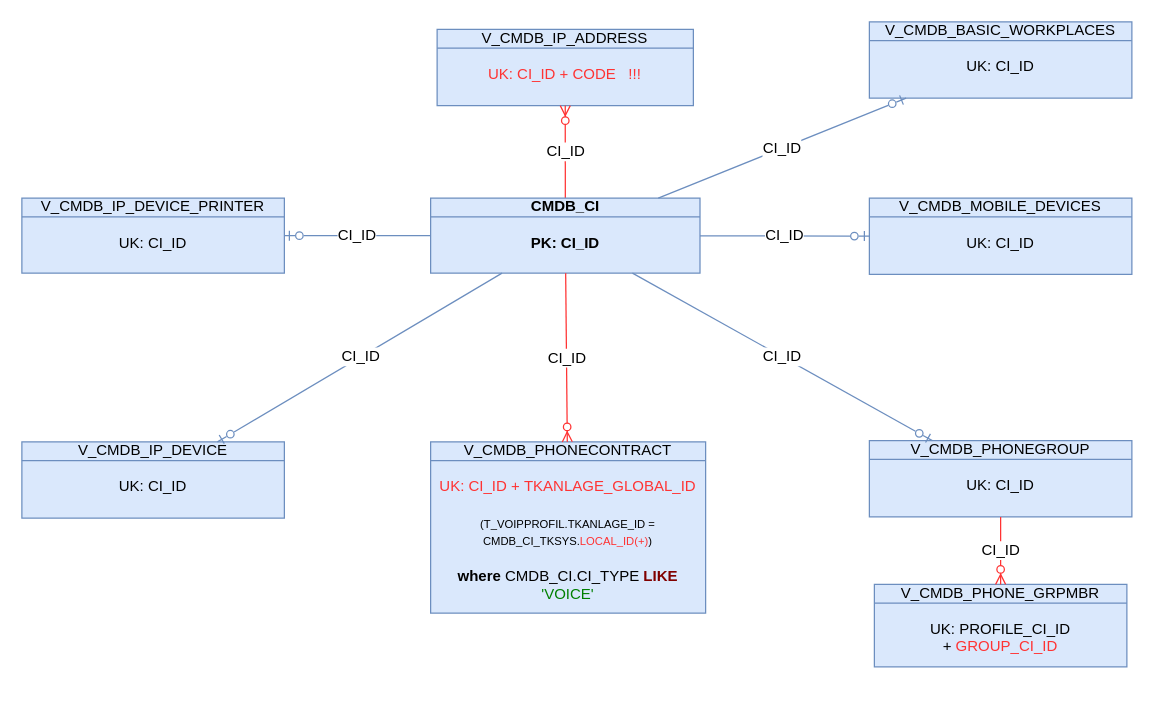
Earlier version of the draw.io diagram page "SourceStar" (3 of 20) of DBsErdV2.drawio (algimas/tmp). Source tidied: cells renumbered, new cells numbered last; positions are measured from the earlier drawing's top-left corner, leaving out a move shared by most shapes. Both pictures are drawn from the tidied source at 125%, with x=0, y=0 at pixel (21, 21).
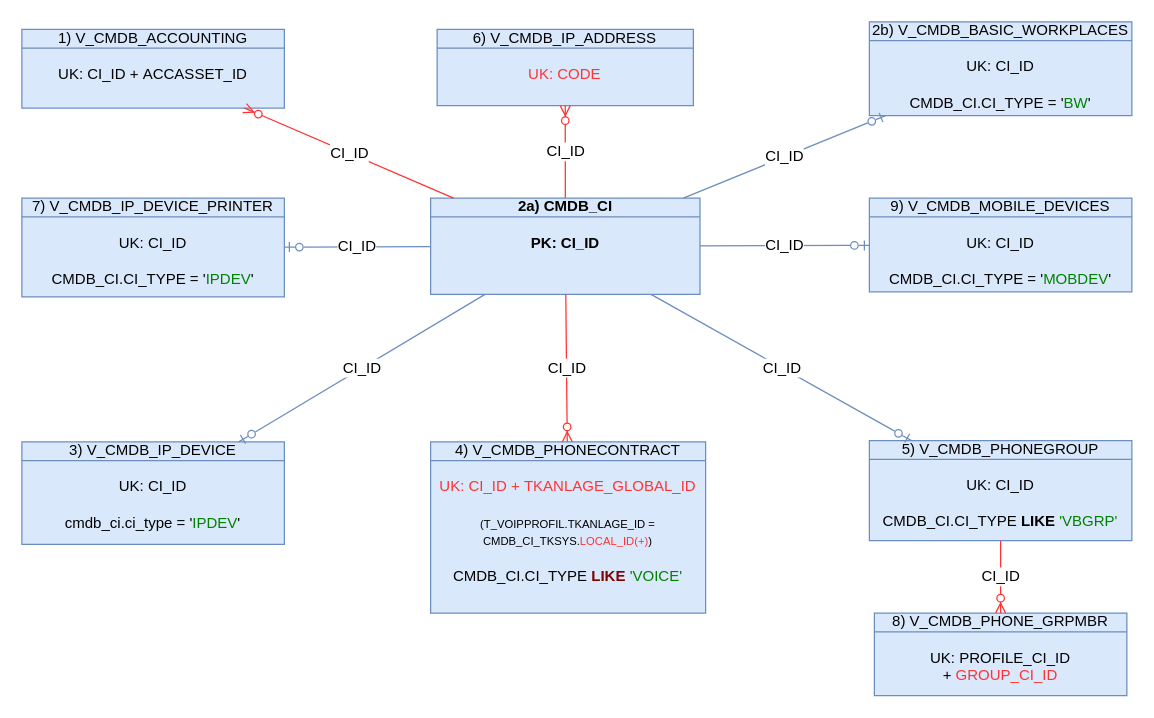
The same diagram, later.

Diff of the diagram source:
```diff
@@
-    <mxCell id="2" value="V_CMDB_IP_ADDRESS&lt;br&gt;&lt;br&gt;&lt;font color=&quot;#ff3333&quot;&gt;UK: CI_ID + CODE&amp;nbsp; &amp;nbsp;!!!&lt;/font&gt;" style="html=1;outlineConnect=0;whiteSpace=wrap;fillColor=#dae8fc;shape=mxgraph.archimate3.businessObject;overflow=fill;strokeColor=#6c8ebf;" parent="1" vertex="1">
+    <mxCell id="2" value="6) V_CMDB_IP_ADDRESS&lt;br&gt;&lt;br&gt;&lt;font color=&quot;#ff3333&quot;&gt;UK: CODE&lt;/font&gt;" style="html=1;outlineConnect=0;whiteSpace=wrap;fillColor=#dae8fc;shape=mxgraph.archimate3.businessObject;overflow=fill;strokeColor=#6c8ebf;" parent="1" vertex="1">
       <mxGeometry x="332.2" y="6" width="205" height="61" as="geometry" />
     </mxCell>
@@
-    <mxCell id="4" value="CMDB_CI&lt;br&gt;&lt;br&gt;PK: CI_ID" style="html=1;outlineConnect=0;whiteSpace=wrap;fillColor=#dae8fc;shape=mxgraph.archimate3.businessObject;overflow=fill;strokeColor=#6c8ebf;fontStyle=1;" parent="1" vertex="1">
-      <mxGeometry x="327" y="141" width="215.5" height="60" as="geometry" />
+    <mxCell id="4" value="2a) CMDB_CI&lt;br&gt;&lt;br&gt;PK: CI_ID" style="html=1;outlineConnect=0;whiteSpace=wrap;fillColor=#dae8fc;shape=mxgraph.archimate3.businessObject;overflow=fill;strokeColor=#6c8ebf;fontStyle=1;" parent="1" vertex="1">
+      <mxGeometry x="327" y="141" width="215.5" height="77" as="geometry" />
     </mxCell>
-    <mxCell id="5" value="V_CMDB_IP_DEVICE_PRINTER&lt;br&gt;&lt;br&gt;UK: CI_ID" style="html=1;outlineConnect=0;whiteSpace=wrap;fillColor=#dae8fc;shape=mxgraph.archimate3.businessObject;overflow=fill;strokeColor=#6c8ebf;" parent="1" vertex="1">
-      <mxGeometry y="141" width="210" height="60" as="geometry" />
+    <mxCell id="5" value="7) V_CMDB_IP_DEVICE_PRINTER&lt;br&gt;&lt;br&gt;UK: CI_ID&lt;br&gt;&lt;br&gt;CMDB_CI.CI_TYPE = '&lt;font color=&quot;#008000&quot;&gt;IPDEV&lt;/font&gt;'" style="html=1;outlineConnect=0;whiteSpace=wrap;fillColor=#dae8fc;shape=mxgraph.archimate3.businessObject;overflow=fill;strokeColor=#6c8ebf;" parent="1" vertex="1">
+      <mxGeometry y="141" width="210" height="79" as="geometry" />
     </mxCell>
@@
-    <mxCell id="7" value="V_CMDB_IP_DEVICE&lt;br&gt;&lt;br&gt;UK: CI_ID" style="html=1;outlineConnect=0;whiteSpace=wrap;fillColor=#dae8fc;shape=mxgraph.archimate3.businessObject;overflow=fill;strokeColor=#6c8ebf;" parent="1" vertex="1">
-      <mxGeometry y="336" width="210" height="61" as="geometry" />
+    <mxCell id="7" value="3) V_CMDB_IP_DEVICE&lt;br&gt;&lt;br&gt;UK: CI_ID&lt;br&gt;&lt;br&gt;cmdb_ci.ci_type = '&lt;font color=&quot;#008000&quot;&gt;IPDEV&lt;/font&gt;'" style="html=1;outlineConnect=0;whiteSpace=wrap;fillColor=#dae8fc;shape=mxgraph.archimate3.businessObject;overflow=fill;strokeColor=#6c8ebf;" parent="1" vertex="1">
+      <mxGeometry y="336" width="210" height="82" as="geometry" />
     </mxCell>
@@
-    <mxCell id="9" value="V_CMDB_PHONECONTRACT&lt;br&gt;&lt;br&gt;&lt;font color=&quot;#ff3333&quot;&gt;UK: CI_ID +&amp;nbsp;TKANLAGE_GLOBAL_ID&lt;br&gt;&lt;br&gt;&lt;/font&gt;&lt;font style=&quot;font-size: 9px;&quot;&gt;(T_VOIPPROFIL.TKANLAGE_ID = CMDB_CI_TKSYS.&lt;font style=&quot;font-size: 9px;&quot; color=&quot;#ff3333&quot;&gt;LOCAL_ID(+)&lt;/font&gt;)&lt;br&gt;&lt;/font&gt;&lt;br&gt;&lt;b&gt;where&lt;/b&gt; CMDB_CI.CI_TYPE &lt;span style=&quot;color: rgb(128, 0, 0);&quot; class=&quot;s1&quot;&gt;&lt;b&gt;LIKE&lt;/b&gt;&lt;/span&gt; &lt;span style=&quot;color: rgb(0, 128, 0);&quot; class=&quot;s2&quot;&gt;'VOICE'&lt;/span&gt;" style="html=1;outlineConnect=0;whiteSpace=wrap;fillColor=#dae8fc;shape=mxgraph.archimate3.businessObject;overflow=fill;strokeColor=#6c8ebf;" parent="1" vertex="1">
+    <mxCell id="9" value="4) V_CMDB_PHONECONTRACT&lt;br&gt;&lt;br&gt;&lt;font color=&quot;#ff3333&quot;&gt;UK: CI_ID +&amp;nbsp;TKANLAGE_GLOBAL_ID&lt;br&gt;&lt;br&gt;&lt;/font&gt;&lt;font style=&quot;font-size: 9px;&quot;&gt;(T_VOIPPROFIL.TKANLAGE_ID = CMDB_CI_TKSYS.&lt;font style=&quot;font-size: 9px;&quot; color=&quot;#ff3333&quot;&gt;LOCAL_ID(+)&lt;/font&gt;)&lt;br&gt;&lt;/font&gt;&lt;br&gt;CMDB_CI.CI_TYPE &lt;span style=&quot;color: rgb(128, 0, 0);&quot; class=&quot;s1&quot;&gt;&lt;b&gt;LIKE&lt;/b&gt;&lt;/span&gt; &lt;span style=&quot;color: rgb(0, 128, 0);&quot; class=&quot;s2&quot;&gt;'VOICE'&lt;/span&gt;" style="html=1;outlineConnect=0;whiteSpace=wrap;fillColor=#dae8fc;shape=mxgraph.archimate3.businessObject;overflow=fill;strokeColor=#6c8ebf;" parent="1" vertex="1">
       <mxGeometry x="327" y="336" width="220" height="137" as="geometry" />
     </mxCell>
-    <mxCell id="10" value="V_CMDB_PHONEGROUP&lt;br&gt;&lt;br&gt;UK: CI_ID" style="html=1;outlineConnect=0;whiteSpace=wrap;fillColor=#dae8fc;shape=mxgraph.archimate3.businessObject;overflow=fill;strokeColor=#6c8ebf;" parent="1" vertex="1">
-      <mxGeometry x="678" y="335" width="210" height="61" as="geometry" />
+    <mxCell id="10" value="5) V_CMDB_PHONEGROUP&lt;br&gt;&lt;br&gt;UK: CI_ID&lt;br&gt;&lt;br&gt;CMDB_CI.CI_TYPE &lt;b&gt;LIKE&lt;/b&gt; &lt;span style=&quot;color: rgb(0, 128, 0);&quot; class=&quot;s2&quot;&gt;'VBGRP'&lt;/span&gt;" style="html=1;outlineConnect=0;whiteSpace=wrap;fillColor=#dae8fc;shape=mxgraph.archimate3.businessObject;overflow=fill;strokeColor=#6c8ebf;" parent="1" vertex="1">
+      <mxGeometry x="678" y="335" width="210" height="80" as="geometry" />
     </mxCell>
@@
-    <mxCell id="12" value="V_CMDB_PHONE_GRPMBR&lt;br&gt;&lt;br&gt;UK:&amp;nbsp;PROFILE_CI_ID +&amp;nbsp;&lt;font color=&quot;#ff3333&quot;&gt;GROUP_CI_ID&lt;/font&gt;" style="html=1;outlineConnect=0;whiteSpace=wrap;fillColor=#dae8fc;shape=mxgraph.archimate3.businessObject;overflow=fill;strokeColor=#6c8ebf;" parent="1" vertex="1">
-      <mxGeometry x="682" y="450" width="202" height="66" as="geometry" />
+    <mxCell id="12" value="8) V_CMDB_PHONE_GRPMBR&lt;br&gt;&lt;br&gt;UK:&amp;nbsp;PROFILE_CI_ID +&amp;nbsp;&lt;font color=&quot;#ff3333&quot;&gt;GROUP_CI_ID&lt;/font&gt;" style="html=1;outlineConnect=0;whiteSpace=wrap;fillColor=#dae8fc;shape=mxgraph.archimate3.businessObject;overflow=fill;strokeColor=#6c8ebf;" parent="1" vertex="1">
+      <mxGeometry x="682" y="473" width="202" height="66" as="geometry" />
     </mxCell>
-    <mxCell id="13" value="V_CMDB_MOBILE_DEVICES&lt;br&gt;&lt;br&gt;UK: CI_ID" style="html=1;outlineConnect=0;whiteSpace=wrap;fillColor=#dae8fc;shape=mxgraph.archimate3.businessObject;overflow=fill;strokeColor=#6c8ebf;" parent="1" vertex="1">
-      <mxGeometry x="678" y="141" width="210" height="61" as="geometry" />
+    <mxCell id="13" value="9) V_CMDB_MOBILE_DEVICES&lt;br&gt;&lt;br&gt;UK: CI_ID&lt;br&gt;&lt;br&gt;CMDB_CI.CI_TYPE = '&lt;font color=&quot;#008000&quot;&gt;MOBDEV&lt;/font&gt;'" style="html=1;outlineConnect=0;whiteSpace=wrap;fillColor=#dae8fc;shape=mxgraph.archimate3.businessObject;overflow=fill;strokeColor=#6c8ebf;" parent="1" vertex="1">
+      <mxGeometry x="678" y="141" width="210" height="75" as="geometry" />
     </mxCell>
@@
-    <mxCell id="15" value="V_CMDB_BASIC_WORKPLACES&lt;br&gt;&lt;br&gt;UK: CI_ID" style="html=1;outlineConnect=0;whiteSpace=wrap;fillColor=#dae8fc;shape=mxgraph.archimate3.businessObject;overflow=fill;strokeColor=#6c8ebf;" parent="1" vertex="1">
-      <mxGeometry x="678" width="210" height="61" as="geometry" />
+    <mxCell id="15" value="2b) V_CMDB_BASIC_WORKPLACES&lt;br&gt;&lt;br&gt;UK: CI_ID&lt;br&gt;&lt;br&gt;CMDB_CI.CI_TYPE = '&lt;font color=&quot;#008000&quot;&gt;BW&lt;/font&gt;'" style="html=1;outlineConnect=0;whiteSpace=wrap;fillColor=#dae8fc;shape=mxgraph.archimate3.businessObject;overflow=fill;strokeColor=#6c8ebf;" parent="1" vertex="1">
+      <mxGeometry x="678" width="210" height="75" as="geometry" />
     </mxCell>
@@
+    <mxCell id="19" value="1) V_CMDB_ACCOUNTING&lt;br&gt;&lt;br&gt;UK: CI_ID +&amp;nbsp;ACCASSET_ID" style="html=1;outlineConnect=0;whiteSpace=wrap;fillColor=#dae8fc;shape=mxgraph.archimate3.businessObject;overflow=fill;strokeColor=#6c8ebf;" parent="1" vertex="1">
+      <mxGeometry y="6" width="210" height="63" as="geometry" />
+    </mxCell>
+    <mxCell id="20" value="CI_ID" style="fontSize=12;html=1;endArrow=ERzeroToMany;endFill=1;rounded=0;fillColor=#dae8fc;strokeColor=#FF3333;" parent="1" edge="1" source="4" target="19">
+      <mxGeometry relative="1" as="geometry" />
+    </mxCell>
```
